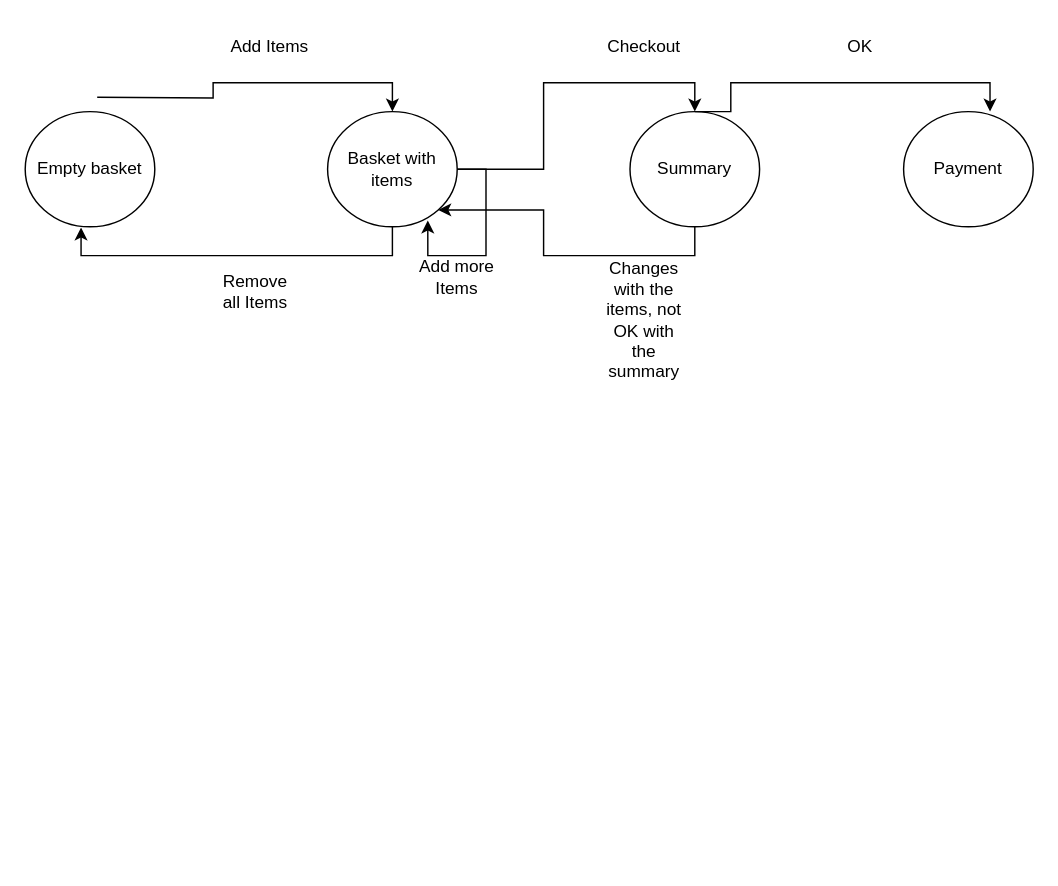
This is Untitled Diagram.drawio from IKPavlova1/QA-Manual, a draw.io file, before an edit. Source tidied: cells renumbered, new cells numbered last; positions are measured from the earlier drawing's top-left corner, leaving out a move shared by most shapes. Both pictures are drawn from the tidied source at 144%, with x=0, y=0 at pixel (24, 24).
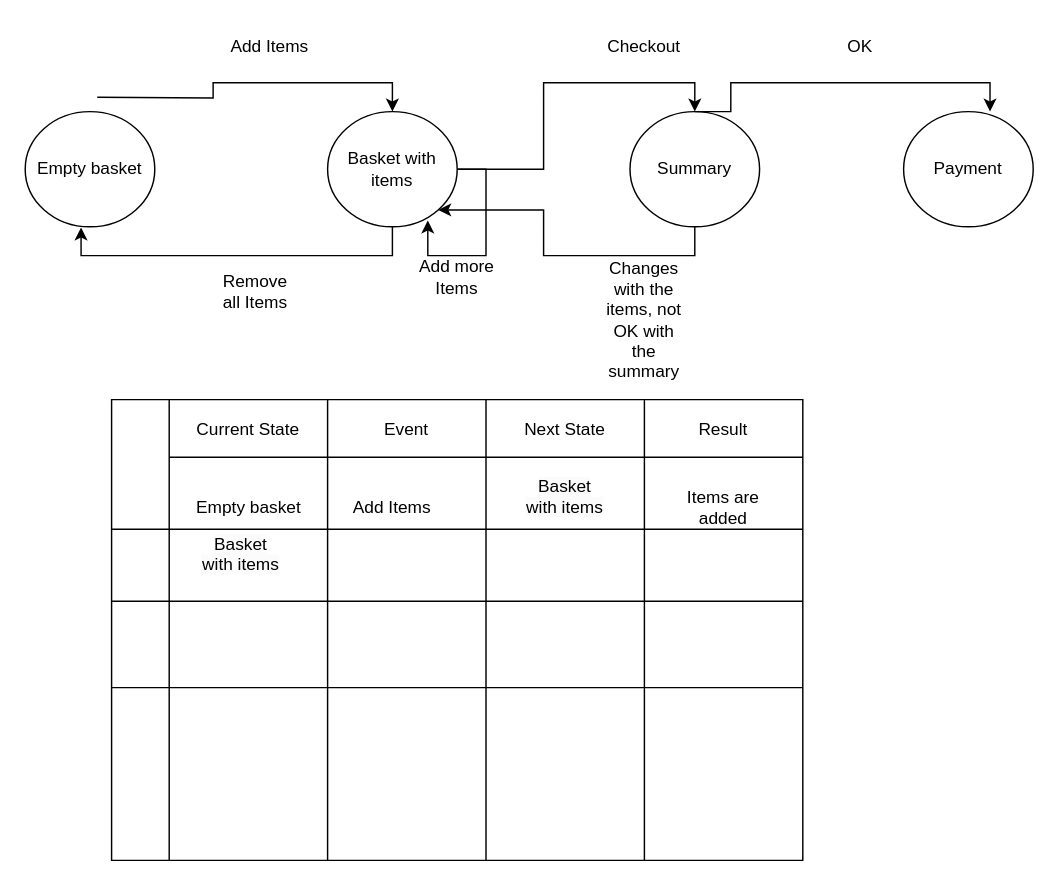
The same diagram, later.

Diff of the diagram source:
```diff
@@
+    <mxCell id="18" style="shape=table;childLayout=tableLayout;startSize=0;fillColor=none;" parent="1" vertex="1">
+      <mxGeometry x="60" y="260" width="480" height="320" as="geometry" />
+    </mxCell>
+    <mxCell id="19" style="shape=tableRow;horizontal=0;swimlaneHead=0;swimlaneBody=0;top=0;left=0;strokeColor=inherit;bottom=0;right=0;fontStyle=0;fillColor=none;startSize=40;" parent="18" vertex="1">
+      <mxGeometry width="480" height="90" as="geometry" />
+    </mxCell>
+    <mxCell id="20" value="Current State" style="swimlane;swimlaneHead=0;swimlaneBody=0;fontStyle=0;strokeColor=inherit;fillColor=none;startSize=40;" parent="19" vertex="1">
+      <mxGeometry x="40" width="110" height="90" as="geometry" />
+    </mxCell>
+    <mxCell id="21" value="Empty basket" style="text;html=1;align=center;verticalAlign=middle;strokeColor=none;fillColor=none;" parent="20" vertex="1">
+      <mxGeometry x="5" y="60" width="100" height="30" as="geometry" />
+    </mxCell>
+    <mxCell id="22" value="Event" style="swimlane;swimlaneHead=0;swimlaneBody=0;fontStyle=0;strokeColor=inherit;fillColor=none;startSize=40;" parent="19" vertex="1">
+      <mxGeometry x="150" width="110" height="90" as="geometry" />
+    </mxCell>
+    <mxCell id="23" value="Add Items" style="text;html=1;strokeColor=none;fillColor=none;align=center;verticalAlign=middle;whiteSpace=wrap;rounded=0;" parent="22" vertex="1">
+      <mxGeometry x="15" y="60" width="60" height="30" as="geometry" />
+    </mxCell>
+    <mxCell id="24" value="Next State" style="swimlane;swimlaneHead=0;swimlaneBody=0;fontStyle=0;strokeColor=inherit;fillColor=none;startSize=40;" parent="19" vertex="1">
+      <mxGeometry x="260" width="110" height="90" as="geometry" />
+    </mxCell>
+    <mxCell id="25" value="&#10;&lt;span style=&quot;color: rgb(0, 0, 0); font-family: Helvetica; font-size: 12px; font-style: normal; font-variant-ligatures: normal; font-variant-caps: normal; font-weight: 400; letter-spacing: normal; orphans: 2; text-align: center; text-indent: 0px; text-transform: none; widows: 2; word-spacing: 0px; -webkit-text-stroke-width: 0px; background-color: rgb(251, 251, 251); text-decoration-thickness: initial; text-decoration-style: initial; text-decoration-color: initial; float: none; display: inline !important;&quot;&gt;Basket with items&lt;/span&gt;&#10;&#10;" style="text;html=1;strokeColor=none;fillColor=none;align=center;verticalAlign=middle;whiteSpace=wrap;rounded=0;" parent="24" vertex="1">
+      <mxGeometry x="25" y="60" width="60" height="30" as="geometry" />
+    </mxCell>
+    <mxCell id="26" value="Result" style="swimlane;swimlaneHead=0;swimlaneBody=0;fontStyle=0;strokeColor=inherit;fillColor=none;startSize=40;" parent="19" vertex="1">
+      <mxGeometry x="370" width="110" height="90" as="geometry" />
+    </mxCell>
+    <mxCell id="27" value="Items are added" style="text;html=1;strokeColor=none;fillColor=none;align=center;verticalAlign=middle;whiteSpace=wrap;rounded=0;" parent="26" vertex="1">
+      <mxGeometry x="25" y="60" width="60" height="30" as="geometry" />
+    </mxCell>
+    <mxCell id="28" style="shape=tableRow;horizontal=0;swimlaneHead=0;swimlaneBody=0;top=0;left=0;strokeColor=inherit;bottom=0;right=0;fontStyle=0;fillColor=none;startSize=40;" parent="18" vertex="1">
+      <mxGeometry y="90" width="480" height="50" as="geometry" />
+    </mxCell>
+    <mxCell id="29" style="swimlane;swimlaneHead=0;swimlaneBody=0;fontStyle=0;strokeColor=inherit;fillColor=none;startSize=0;" parent="28" vertex="1">
+      <mxGeometry x="40" width="110" height="50" as="geometry" />
+    </mxCell>
+    <mxCell id="30" value="&#10;&lt;span style=&quot;color: rgb(0, 0, 0); font-family: Helvetica; font-size: 12px; font-style: normal; font-variant-ligatures: normal; font-variant-caps: normal; font-weight: 400; letter-spacing: normal; orphans: 2; text-align: center; text-indent: 0px; text-transform: none; widows: 2; word-spacing: 0px; -webkit-text-stroke-width: 0px; background-color: rgb(251, 251, 251); text-decoration-thickness: initial; text-decoration-style: initial; text-decoration-color: initial; float: none; display: inline !important;&quot;&gt;Basket with items&lt;/span&gt;&#10;&#10;" style="text;html=1;strokeColor=none;fillColor=none;align=center;verticalAlign=middle;whiteSpace=wrap;rounded=0;" parent="29" vertex="1">
+      <mxGeometry x="20" y="10" width="60" height="30" as="geometry" />
+    </mxCell>
+    <mxCell id="31" style="swimlane;swimlaneHead=0;swimlaneBody=0;fontStyle=0;strokeColor=inherit;fillColor=none;startSize=0;" parent="28" vertex="1">
+      <mxGeometry x="150" width="110" height="50" as="geometry" />
+    </mxCell>
+    <mxCell id="32" style="swimlane;swimlaneHead=0;swimlaneBody=0;fontStyle=0;strokeColor=inherit;fillColor=none;startSize=0;" parent="28" vertex="1">
+      <mxGeometry x="260" width="110" height="50" as="geometry" />
+    </mxCell>
+    <mxCell id="33" style="swimlane;swimlaneHead=0;swimlaneBody=0;fontStyle=0;strokeColor=inherit;fillColor=none;startSize=0;" parent="28" vertex="1">
+      <mxGeometry x="370" width="110" height="50" as="geometry" />
+    </mxCell>
+    <mxCell id="34" style="shape=tableRow;horizontal=0;swimlaneHead=0;swimlaneBody=0;top=0;left=0;strokeColor=inherit;bottom=0;right=0;fontStyle=0;fillColor=none;startSize=40;" parent="18" vertex="1">
+      <mxGeometry y="140" width="480" height="60" as="geometry" />
+    </mxCell>
+    <mxCell id="35" style="swimlane;swimlaneHead=0;swimlaneBody=0;fontStyle=0;strokeColor=inherit;fillColor=none;startSize=0;" parent="34" vertex="1">
+      <mxGeometry x="40" width="110" height="60" as="geometry" />
+    </mxCell>
+    <mxCell id="36" style="swimlane;swimlaneHead=0;swimlaneBody=0;fontStyle=0;strokeColor=inherit;fillColor=none;startSize=0;" parent="34" vertex="1">
+      <mxGeometry x="150" width="110" height="60" as="geometry" />
+    </mxCell>
+    <mxCell id="37" style="swimlane;swimlaneHead=0;swimlaneBody=0;fontStyle=0;strokeColor=inherit;fillColor=none;startSize=0;" parent="34" vertex="1">
+      <mxGeometry x="260" width="110" height="60" as="geometry" />
+    </mxCell>
+    <mxCell id="38" style="swimlane;swimlaneHead=0;swimlaneBody=0;fontStyle=0;strokeColor=inherit;fillColor=none;startSize=0;" parent="34" vertex="1">
+      <mxGeometry x="370" width="110" height="60" as="geometry" />
+    </mxCell>
+    <mxCell id="39" style="shape=tableRow;horizontal=0;swimlaneHead=0;swimlaneBody=0;top=0;left=0;strokeColor=inherit;bottom=0;right=0;fontStyle=0;fillColor=none;startSize=40;" parent="18" vertex="1">
+      <mxGeometry y="200" width="480" height="120" as="geometry" />
+    </mxCell>
+    <mxCell id="40" style="swimlane;swimlaneHead=0;swimlaneBody=0;fontStyle=0;strokeColor=inherit;fillColor=none;startSize=0;" parent="39" vertex="1">
+      <mxGeometry x="40" width="110" height="120" as="geometry" />
+    </mxCell>
+    <mxCell id="41" style="swimlane;swimlaneHead=0;swimlaneBody=0;fontStyle=0;strokeColor=inherit;fillColor=none;startSize=0;" parent="39" vertex="1">
+      <mxGeometry x="150" width="110" height="120" as="geometry" />
+    </mxCell>
+    <mxCell id="42" style="swimlane;swimlaneHead=0;swimlaneBody=0;fontStyle=0;strokeColor=inherit;fillColor=none;startSize=0;" parent="39" vertex="1">
+      <mxGeometry x="260" width="110" height="120" as="geometry" />
+    </mxCell>
+    <mxCell id="43" style="swimlane;swimlaneHead=0;swimlaneBody=0;fontStyle=0;strokeColor=inherit;fillColor=none;startSize=0;" parent="39" vertex="1">
+      <mxGeometry x="370" width="110" height="120" as="geometry" />
+    </mxCell>
```
